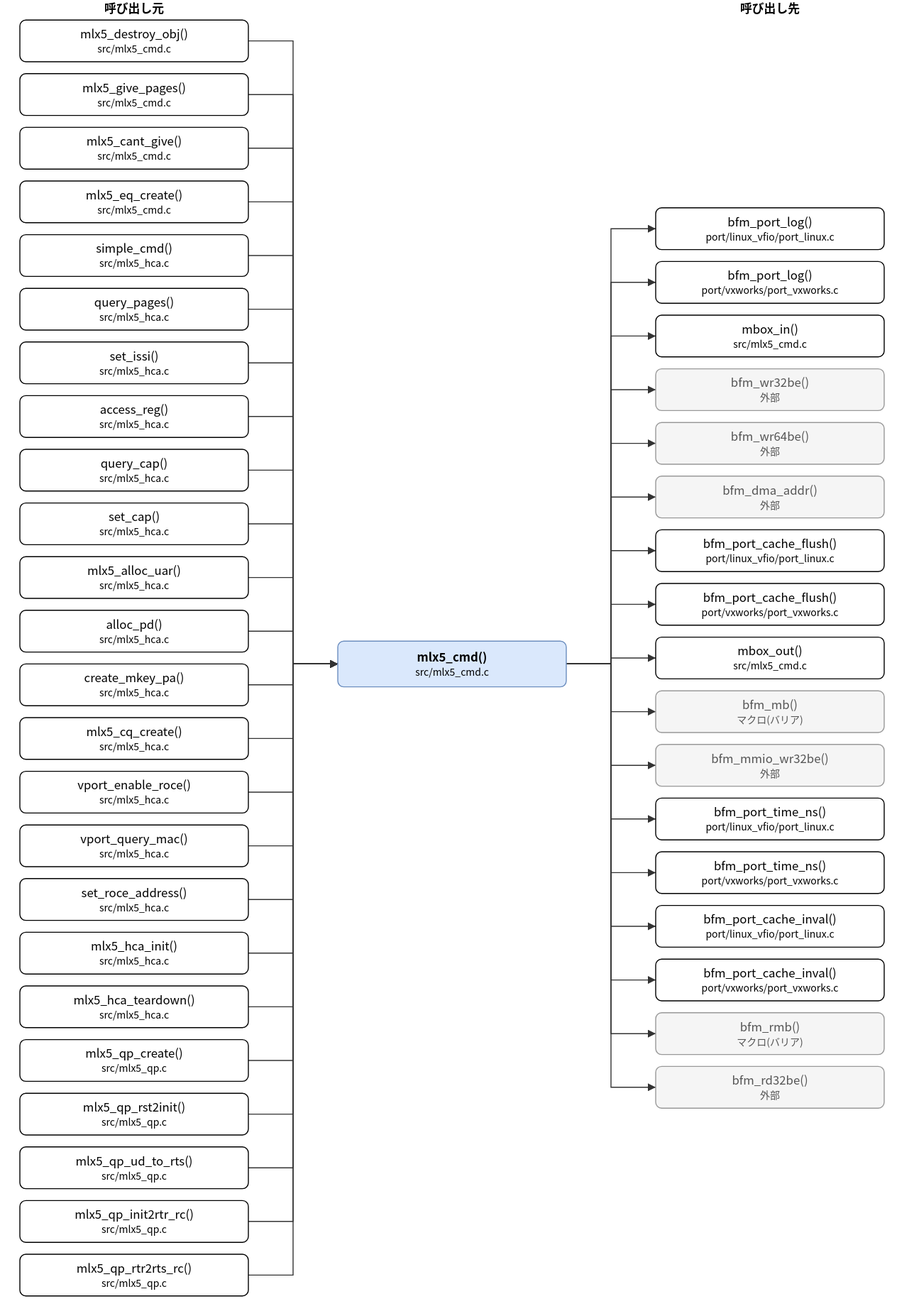
The draw.io diagram doc/spec/images/call_src_mlx5_cmd__mlx5_cmd.drawio.svg in hf355051012-ai/bfmem, before a commit. Source tidied: cells renumbered, new cells last; positions are measured from the earlier drawing's top-left corner, leaving out a move shared by most shapes.
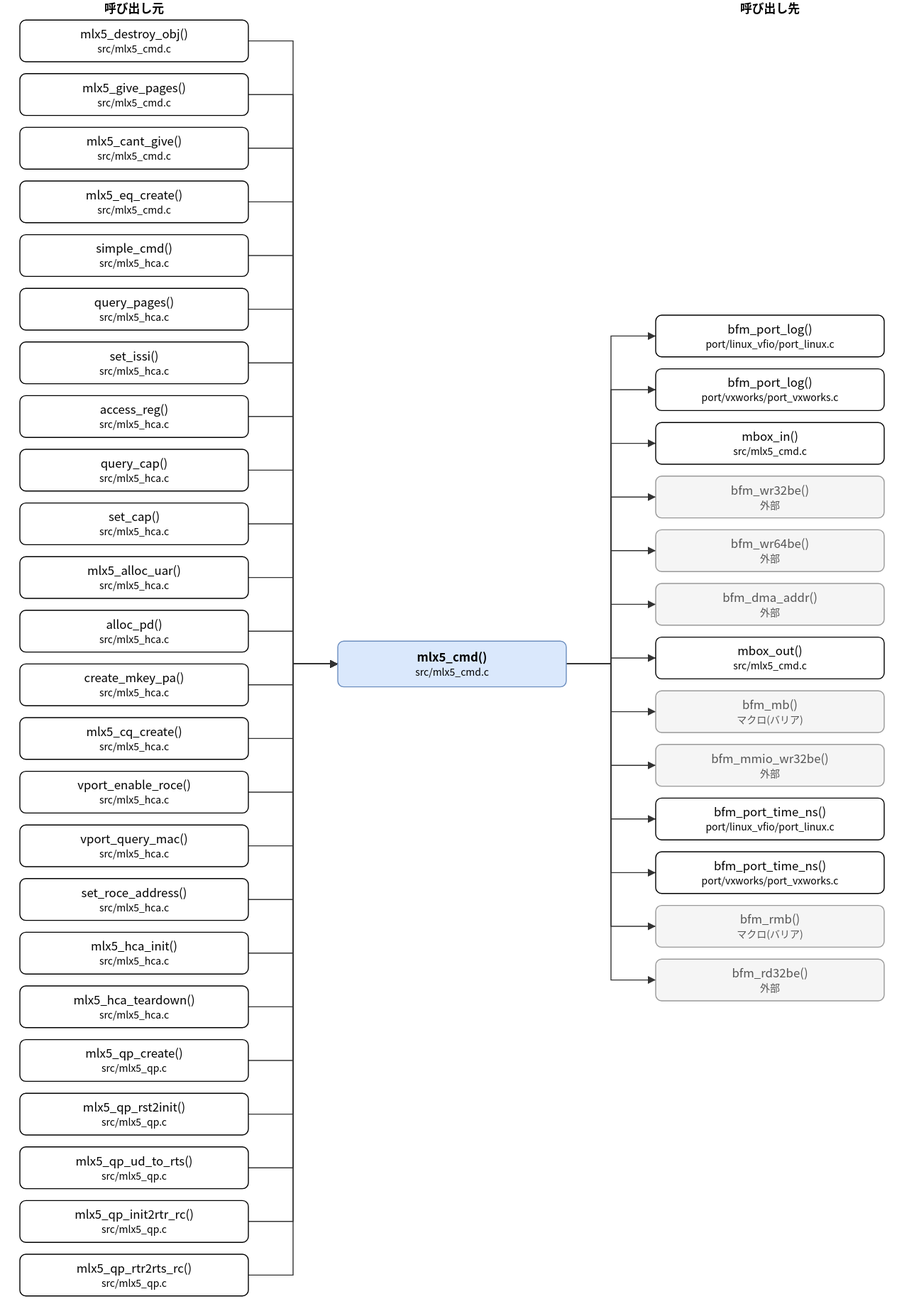
After the commit.

Change to the diagram source:
```diff
@@ -78,56 +78,44 @@
       <mxGeometry y="1262" width="230" height="42" as="geometry" />
     </mxCell>
     <mxCell id="27" value="bfm_port_log()&lt;br&gt;&lt;font style=&quot;font-size:10px&quot;&gt;port/linux_vfio/port_linux.c&lt;/font&gt;" style="rounded=1;whiteSpace=wrap;html=1;" parent="1" vertex="1">
-      <mxGeometry x="640" y="209" width="230" height="42" as="geometry" />
+      <mxGeometry x="640" y="317" width="230" height="42" as="geometry" />
     </mxCell>
     <mxCell id="28" value="bfm_port_log()&lt;br&gt;&lt;font style=&quot;font-size:10px&quot;&gt;port/vxworks/port_vxworks.c&lt;/font&gt;" style="rounded=1;whiteSpace=wrap;html=1;" parent="1" vertex="1">
-      <mxGeometry x="640" y="263" width="230" height="42" as="geometry" />
+      <mxGeometry x="640" y="371" width="230" height="42" as="geometry" />
     </mxCell>
     <mxCell id="29" value="mbox_in()&lt;br&gt;&lt;font style=&quot;font-size:10px&quot;&gt;src/mlx5_cmd.c&lt;/font&gt;" style="rounded=1;whiteSpace=wrap;html=1;" parent="1" vertex="1">
-      <mxGeometry x="640" y="317" width="230" height="42" as="geometry" />
+      <mxGeometry x="640" y="425" width="230" height="42" as="geometry" />
     </mxCell>
     <mxCell id="30" value="bfm_wr32be()&lt;br&gt;&lt;font style=&quot;font-size:10px&quot;&gt;外部&lt;/font&gt;" style="rounded=1;whiteSpace=wrap;html=1;fillColor=#f5f5f5;strokeColor=#999999;fontColor=#555555;" parent="1" vertex="1">
-      <mxGeometry x="640" y="371" width="230" height="42" as="geometry" />
+      <mxGeometry x="640" y="479" width="230" height="42" as="geometry" />
     </mxCell>
     <mxCell id="31" value="bfm_wr64be()&lt;br&gt;&lt;font style=&quot;font-size:10px&quot;&gt;外部&lt;/font&gt;" style="rounded=1;whiteSpace=wrap;html=1;fillColor=#f5f5f5;strokeColor=#999999;fontColor=#555555;" parent="1" vertex="1">
-      <mxGeometry x="640" y="425" width="230" height="42" as="geometry" />
+      <mxGeometry x="640" y="533" width="230" height="42" as="geometry" />
     </mxCell>
     <mxCell id="32" value="bfm_dma_addr()&lt;br&gt;&lt;font style=&quot;font-size:10px&quot;&gt;外部&lt;/font&gt;" style="rounded=1;whiteSpace=wrap;html=1;fillColor=#f5f5f5;strokeColor=#999999;fontColor=#555555;" parent="1" vertex="1">
-      <mxGeometry x="640" y="479" width="230" height="42" as="geometry" />
+      <mxGeometry x="640" y="587" width="230" height="42" as="geometry" />
     </mxCell>
-    <mxCell id="33" value="bfm_port_cache_flush()&lt;br&gt;&lt;font style=&quot;font-size:10px&quot;&gt;port/linux_vfio/port_linux.c&lt;/font&gt;" style="rounded=1;whiteSpace=wrap;html=1;" parent="1" vertex="1">
-      <mxGeometry x="640" y="533" width="230" height="42" as="geometry" />
+    <mxCell id="33" value="mbox_out()&lt;br&gt;&lt;font style=&quot;font-size:10px&quot;&gt;src/mlx5_cmd.c&lt;/font&gt;" style="rounded=1;whiteSpace=wrap;html=1;" parent="1" vertex="1">
+      <mxGeometry x="640" y="641" width="230" height="42" as="geometry" />
     </mxCell>
-    <mxCell id="34" value="bfm_port_cache_flush()&lt;br&gt;&lt;font style=&quot;font-size:10px&quot;&gt;port/vxworks/port_vxworks.c&lt;/font&gt;" style="rounded=1;whiteSpace=wrap;html=1;" parent="1" vertex="1">
-      <mxGeometry x="640" y="587" width="230" height="42" as="geometry" />
+    <mxCell id="34" value="bfm_mb()&lt;br&gt;&lt;font style=&quot;font-size:10px&quot;&gt;マクロ(バリア)&lt;/font&gt;" style="rounded=1;whiteSpace=wrap;html=1;fillColor=#f5f5f5;strokeColor=#999999;fontColor=#555555;" parent="1" vertex="1">
+      <mxGeometry x="640" y="695" width="230" height="42" as="geometry" />
     </mxCell>
-    <mxCell id="35" value="mbox_out()&lt;br&gt;&lt;font style=&quot;font-size:10px&quot;&gt;src/mlx5_cmd.c&lt;/font&gt;" style="rounded=1;whiteSpace=wrap;html=1;" parent="1" vertex="1">
-      <mxGeometry x="640" y="641" width="230" height="42" as="geometry" />
+    <mxCell id="35" value="bfm_mmio_wr32be()&lt;br&gt;&lt;font style=&quot;font-size:10px&quot;&gt;外部&lt;/font&gt;" style="rounded=1;whiteSpace=wrap;html=1;fillColor=#f5f5f5;strokeColor=#999999;fontColor=#555555;" parent="1" vertex="1">
+      <mxGeometry x="640" y="749" width="230" height="42" as="geometry" />
     </mxCell>
-    <mxCell id="36" value="bfm_mb()&lt;br&gt;&lt;font style=&quot;font-size:10px&quot;&gt;マクロ(バリア)&lt;/font&gt;" style="rounded=1;whiteSpace=wrap;html=1;fillColor=#f5f5f5;strokeColor=#999999;fontColor=#555555;" parent="1" vertex="1">
-      <mxGeometry x="640" y="695" width="230" height="42" as="geometry" />
+    <mxCell id="36" value="bfm_port_time_ns()&lt;br&gt;&lt;font style=&quot;font-size:10px&quot;&gt;port/linux_vfio/port_linux.c&lt;/font&gt;" style="rounded=1;whiteSpace=wrap;html=1;" parent="1" vertex="1">
+      <mxGeometry x="640" y="803" width="230" height="42" as="geometry" />
     </mxCell>
-    <mxCell id="37" value="bfm_mmio_wr32be()&lt;br&gt;&lt;font style=&quot;font-size:10px&quot;&gt;外部&lt;/font&gt;" style="rounded=1;whiteSpace=wrap;html=1;fillColor=#f5f5f5;strokeColor=#999999;fontColor=#555555;" parent="1" vertex="1">
-      <mxGeometry x="640" y="749" width="230" height="42" as="geometry" />
+    <mxCell id="37" value="bfm_port_time_ns()&lt;br&gt;&lt;font style=&quot;font-size:10px&quot;&gt;port/vxworks/port_vxworks.c&lt;/font&gt;" style="rounded=1;whiteSpace=wrap;html=1;" parent="1" vertex="1">
+      <mxGeometry x="640" y="857" width="230" height="42" as="geometry" />
     </mxCell>
-    <mxCell id="38" value="bfm_port_time_ns()&lt;br&gt;&lt;font style=&quot;font-size:10px&quot;&gt;port/linux_vfio/port_linux.c&lt;/font&gt;" style="rounded=1;whiteSpace=wrap;html=1;" parent="1" vertex="1">
-      <mxGeometry x="640" y="803" width="230" height="42" as="geometry" />
+    <mxCell id="38" value="bfm_rmb()&lt;br&gt;&lt;font style=&quot;font-size:10px&quot;&gt;マクロ(バリア)&lt;/font&gt;" style="rounded=1;whiteSpace=wrap;html=1;fillColor=#f5f5f5;strokeColor=#999999;fontColor=#555555;" parent="1" vertex="1">
+      <mxGeometry x="640" y="911" width="230" height="42" as="geometry" />
     </mxCell>
-    <mxCell id="39" value="bfm_port_time_ns()&lt;br&gt;&lt;font style=&quot;font-size:10px&quot;&gt;port/vxworks/port_vxworks.c&lt;/font&gt;" style="rounded=1;whiteSpace=wrap;html=1;" parent="1" vertex="1">
-      <mxGeometry x="640" y="857" width="230" height="42" as="geometry" />
+    <mxCell id="39" value="bfm_rd32be()&lt;br&gt;&lt;font style=&quot;font-size:10px&quot;&gt;外部&lt;/font&gt;" style="rounded=1;whiteSpace=wrap;html=1;fillColor=#f5f5f5;strokeColor=#999999;fontColor=#555555;" parent="1" vertex="1">
+      <mxGeometry x="640" y="965" width="230" height="42" as="geometry" />
     </mxCell>
-    <mxCell id="40" value="bfm_port_cache_inval()&lt;br&gt;&lt;font style=&quot;font-size:10px&quot;&gt;port/linux_vfio/port_linux.c&lt;/font&gt;" style="rounded=1;whiteSpace=wrap;html=1;" parent="1" vertex="1">
-      <mxGeometry x="640" y="911" width="230" height="42" as="geometry" />
-    </mxCell>
-    <mxCell id="41" value="bfm_port_cache_inval()&lt;br&gt;&lt;font style=&quot;font-size:10px&quot;&gt;port/vxworks/port_vxworks.c&lt;/font&gt;" style="rounded=1;whiteSpace=wrap;html=1;" parent="1" vertex="1">
-      <mxGeometry x="640" y="965" width="230" height="42" as="geometry" />
-    </mxCell>
-    <mxCell id="42" value="bfm_rmb()&lt;br&gt;&lt;font style=&quot;font-size:10px&quot;&gt;マクロ(バリア)&lt;/font&gt;" style="rounded=1;whiteSpace=wrap;html=1;fillColor=#f5f5f5;strokeColor=#999999;fontColor=#555555;" parent="1" vertex="1">
-      <mxGeometry x="640" y="1019" width="230" height="42" as="geometry" />
-    </mxCell>
-    <mxCell id="43" value="bfm_rd32be()&lt;br&gt;&lt;font style=&quot;font-size:10px&quot;&gt;外部&lt;/font&gt;" style="rounded=1;whiteSpace=wrap;html=1;fillColor=#f5f5f5;strokeColor=#999999;fontColor=#555555;" parent="1" vertex="1">
-      <mxGeometry x="640" y="1073" width="230" height="42" as="geometry" />
-    </mxCell>
     <mxCell id="44" style="edgeStyle=none;html=1;rounded=0;endArrow=block;endFill=1;exitX=1.0000;exitY=0.5000;exitDx=0;exitDy=0;exitPerimeter=0;entryX=0.0000;entryY=0.5000;entryDx=0;entryDy=0;entryPerimeter=0;" parent="1" edge="1" source="3" target="2">
       <mxGeometry relative="1" as="geometry">
         <Array as="points">
@@ -324,7 +312,7 @@
       <mxGeometry relative="1" as="geometry">
         <Array as="points">
           <mxPoint x="595" y="668" />
-          <mxPoint x="595" y="230" />
+          <mxPoint x="595" y="338" />
         </Array>
       </mxGeometry>
     </mxCell>
@@ -332,7 +320,7 @@
       <mxGeometry relative="1" as="geometry">
         <Array as="points">
           <mxPoint x="595" y="668" />
-          <mxPoint x="595" y="284" />
+          <mxPoint x="595" y="392" />
         </Array>
       </mxGeometry>
     </mxCell>
@@ -340,7 +328,7 @@
       <mxGeometry relative="1" as="geometry">
         <Array as="points">
           <mxPoint x="595" y="668" />
-          <mxPoint x="595" y="338" />
+          <mxPoint x="595" y="446" />
         </Array>
       </mxGeometry>
     </mxCell>
@@ -348,7 +336,7 @@
       <mxGeometry relative="1" as="geometry">
         <Array as="points">
           <mxPoint x="595" y="668" />
-          <mxPoint x="595" y="392" />
+          <mxPoint x="595" y="500" />
         </Array>
       </mxGeometry>
     </mxCell>
@@ -356,7 +344,7 @@
       <mxGeometry relative="1" as="geometry">
         <Array as="points">
           <mxPoint x="595" y="668" />
-          <mxPoint x="595" y="446" />
+          <mxPoint x="595" y="554" />
         </Array>
       </mxGeometry>
     </mxCell>
@@ -364,7 +352,7 @@
       <mxGeometry relative="1" as="geometry">
         <Array as="points">
           <mxPoint x="595" y="668" />
-          <mxPoint x="595" y="500" />
+          <mxPoint x="595" y="608" />
         </Array>
       </mxGeometry>
     </mxCell>
@@ -372,7 +360,7 @@
       <mxGeometry relative="1" as="geometry">
         <Array as="points">
           <mxPoint x="595" y="668" />
-          <mxPoint x="595" y="554" />
+          <mxPoint x="595" y="662" />
         </Array>
       </mxGeometry>
     </mxCell>
@@ -380,7 +368,7 @@
       <mxGeometry relative="1" as="geometry">
         <Array as="points">
           <mxPoint x="595" y="668" />
-          <mxPoint x="595" y="608" />
+          <mxPoint x="595" y="716" />
         </Array>
       </mxGeometry>
     </mxCell>
@@ -388,7 +376,7 @@
       <mxGeometry relative="1" as="geometry">
         <Array as="points">
           <mxPoint x="595" y="668" />
-          <mxPoint x="595" y="662" />
+          <mxPoint x="595" y="770" />
         </Array>
       </mxGeometry>
     </mxCell>
@@ -396,7 +384,7 @@
       <mxGeometry relative="1" as="geometry">
         <Array as="points">
           <mxPoint x="595" y="668" />
-          <mxPoint x="595" y="716" />
+          <mxPoint x="595" y="824" />
         </Array>
       </mxGeometry>
     </mxCell>
@@ -404,7 +392,7 @@
       <mxGeometry relative="1" as="geometry">
         <Array as="points">
           <mxPoint x="595" y="668" />
-          <mxPoint x="595" y="770" />
+          <mxPoint x="595" y="878" />
         </Array>
       </mxGeometry>
     </mxCell>
@@ -412,7 +400,7 @@
       <mxGeometry relative="1" as="geometry">
         <Array as="points">
           <mxPoint x="595" y="668" />
-          <mxPoint x="595" y="824" />
+          <mxPoint x="595" y="932" />
         </Array>
       </mxGeometry>
     </mxCell>
@@ -420,42 +408,10 @@
       <mxGeometry relative="1" as="geometry">
         <Array as="points">
           <mxPoint x="595" y="668" />
-          <mxPoint x="595" y="878" />
+          <mxPoint x="595" y="986" />
         </Array>
       </mxGeometry>
     </mxCell>
-    <mxCell id="81" style="edgeStyle=none;html=1;rounded=0;endArrow=block;endFill=1;exitX=1.0000;exitY=0.5000;exitDx=0;exitDy=0;exitPerimeter=0;entryX=0.0000;entryY=0.5000;entryDx=0;entryDy=0;entryPerimeter=0;" parent="1" edge="1" source="2" target="40">
-      <mxGeometry relative="1" as="geometry">
-        <Array as="points">
-          <mxPoint x="595" y="668" />
-          <mxPoint x="595" y="932" />
-        </Array>
-      </mxGeometry>
-    </mxCell>
-    <mxCell id="82" style="edgeStyle=none;html=1;rounded=0;endArrow=block;endFill=1;exitX=1.0000;exitY=0.5000;exitDx=0;exitDy=0;exitPerimeter=0;entryX=0.0000;entryY=0.5000;entryDx=0;entryDy=0;entryPerimeter=0;" parent="1" edge="1" source="2" target="41">
-      <mxGeometry relative="1" as="geometry">
-        <Array as="points">
-          <mxPoint x="595" y="668" />
-          <mxPoint x="595" y="986" />
-        </Array>
-      </mxGeometry>
-    </mxCell>
-    <mxCell id="83" style="edgeStyle=none;html=1;rounded=0;endArrow=block;endFill=1;exitX=1.0000;exitY=0.5000;exitDx=0;exitDy=0;exitPerimeter=0;entryX=0.0000;entryY=0.5000;entryDx=0;entryDy=0;entryPerimeter=0;" parent="1" edge="1" source="2" target="42">
-      <mxGeometry relative="1" as="geometry">
-        <Array as="points">
-          <mxPoint x="595" y="668" />
-          <mxPoint x="595" y="1040" />
-        </Array>
-      </mxGeometry>
-    </mxCell>
-    <mxCell id="84" style="edgeStyle=none;html=1;rounded=0;endArrow=block;endFill=1;exitX=1.0000;exitY=0.5000;exitDx=0;exitDy=0;exitPerimeter=0;entryX=0.0000;entryY=0.5000;entryDx=0;entryDy=0;entryPerimeter=0;" parent="1" edge="1" source="2" target="43">
-      <mxGeometry relative="1" as="geometry">
-        <Array as="points">
-          <mxPoint x="595" y="668" />
-          <mxPoint x="595" y="1094" />
-        </Array>
-      </mxGeometry>
-    </mxCell>
     <mxCell id="85" value="呼び出し元" style="text;html=1;align=center;fontStyle=1;" parent="1" vertex="1">
       <mxGeometry x="35" width="160" height="18" as="geometry" />
     </mxCell>
```
